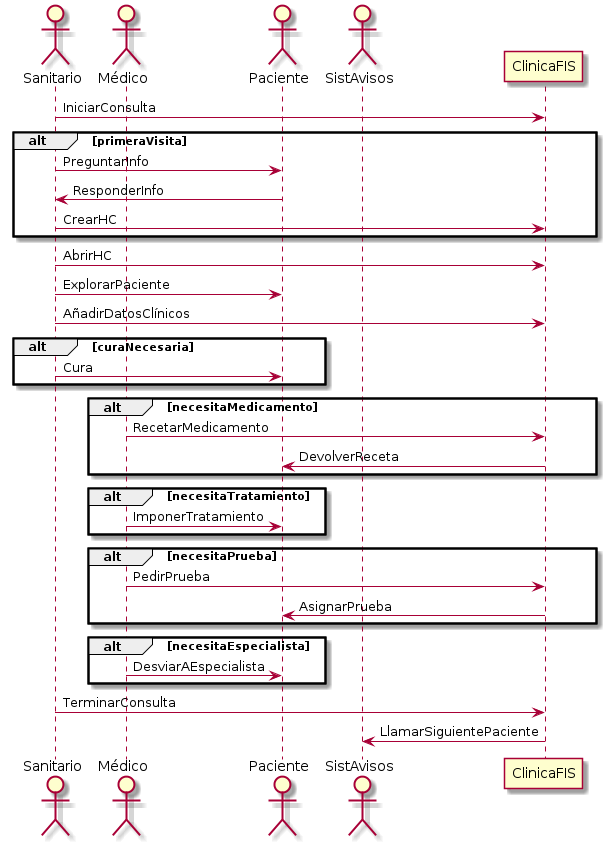
Above: p3/diagramas/diagramaConsulta.png in jmml97/fis-practicas (PlantUML), before the change. The source it was exported from:
```plantuml
@startuml
actor Sanitario
actor Médico
actor Paciente
actor SistAvisos


Sanitario -> ClinicaFIS : IniciarConsulta

alt primeraVisita
	Sanitario -> Paciente : PreguntarInfo
	Paciente -> Sanitario : ResponderInfo
	Sanitario -> ClinicaFIS : CrearHC
end

Sanitario -> ClinicaFIS : AbrirHC

Sanitario -> Paciente : ExplorarPaciente

Sanitario -> ClinicaFIS : AñadirDatosClínicos

alt curaNecesaria
	Sanitario -> Paciente : Cura
end

alt necesitaMedicamento
	Médico -> ClinicaFIS : RecetarMedicamento
	ClinicaFIS -> Paciente : DevolverReceta
end

alt necesitaTratamiento
	Médico -> Paciente : ImponerTratamiento
end

alt necesitaPrueba
	Médico -> ClinicaFIS : PedirPrueba
	ClinicaFIS -> Paciente : AsignarPrueba
end

alt necesitaEspecialista
	Médico -> Paciente : DesviarAEspecialista
end

Sanitario -> ClinicaFIS : TerminarConsulta

ClinicaFIS -> SistAvisos : LlamarSiguientePaciente

@enduml
```
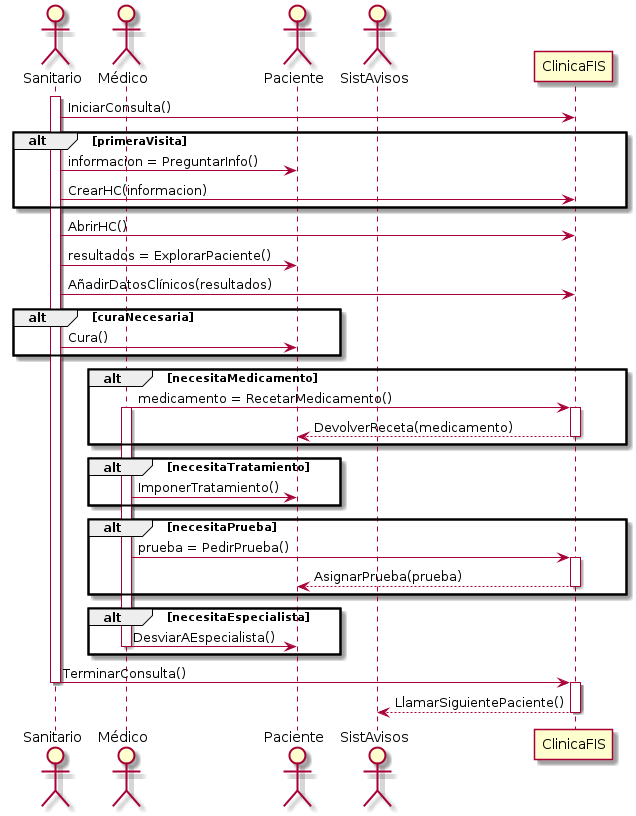
After the change.

Commit message:
Modificado diagrama de secuencia de Consulta

Diff of the diagram source:
```diff
@@ -4,45 +4,55 @@
 actor Paciente
 actor SistAvisos
 
+activate Sanitario
 
-Sanitario -> ClinicaFIS : IniciarConsulta
+Sanitario -> ClinicaFIS : IniciarConsulta()
 
 alt primeraVisita
-	Sanitario -> Paciente : PreguntarInfo
-	Paciente -> Sanitario : ResponderInfo
-	Sanitario -> ClinicaFIS : CrearHC
+	Sanitario -> Paciente : informacion = PreguntarInfo()
+	Sanitario -> ClinicaFIS : CrearHC(informacion)
 end
 
-Sanitario -> ClinicaFIS : AbrirHC
+Sanitario -> ClinicaFIS : AbrirHC()
 
-Sanitario -> Paciente : ExplorarPaciente
+Sanitario -> Paciente : resultados = ExplorarPaciente()
 
-Sanitario -> ClinicaFIS : AñadirDatosClínicos
+Sanitario -> ClinicaFIS : AñadirDatosClínicos(resultados)
 
 alt curaNecesaria
-	Sanitario -> Paciente : Cura
+	Sanitario -> Paciente : Cura()
 end
 
+
 alt necesitaMedicamento
-	Médico -> ClinicaFIS : RecetarMedicamento
-	ClinicaFIS -> Paciente : DevolverReceta
+	Médico -> ClinicaFIS : medicamento = RecetarMedicamento()
+	activate Médico
+	activate ClinicaFIS
+	ClinicaFIS --> Paciente : DevolverReceta(medicamento)
+	deactivate ClinicaFIS
 end
 
 alt necesitaTratamiento
-	Médico -> Paciente : ImponerTratamiento
+	Médico -> Paciente : ImponerTratamiento()
 end
 
 alt necesitaPrueba
-	Médico -> ClinicaFIS : PedirPrueba
-	ClinicaFIS -> Paciente : AsignarPrueba
+	Médico -> ClinicaFIS : prueba = PedirPrueba()
+	activate ClinicaFIS
+	ClinicaFIS --> Paciente : AsignarPrueba(prueba)
+	deactivate ClinicaFIS
 end
 
 alt necesitaEspecialista
-	Médico -> Paciente : DesviarAEspecialista
+	Médico -> Paciente : DesviarAEspecialista()
+	deactivate Médico
 end
 
-Sanitario -> ClinicaFIS : TerminarConsulta
+Sanitario -> ClinicaFIS : TerminarConsulta()
+deactivate Sanitario
 
-ClinicaFIS -> SistAvisos : LlamarSiguientePaciente
+activate ClinicaFIS
+ClinicaFIS --> SistAvisos : LlamarSiguientePaciente()
+deactivate ClinicaFIS
 
 @enduml
```
